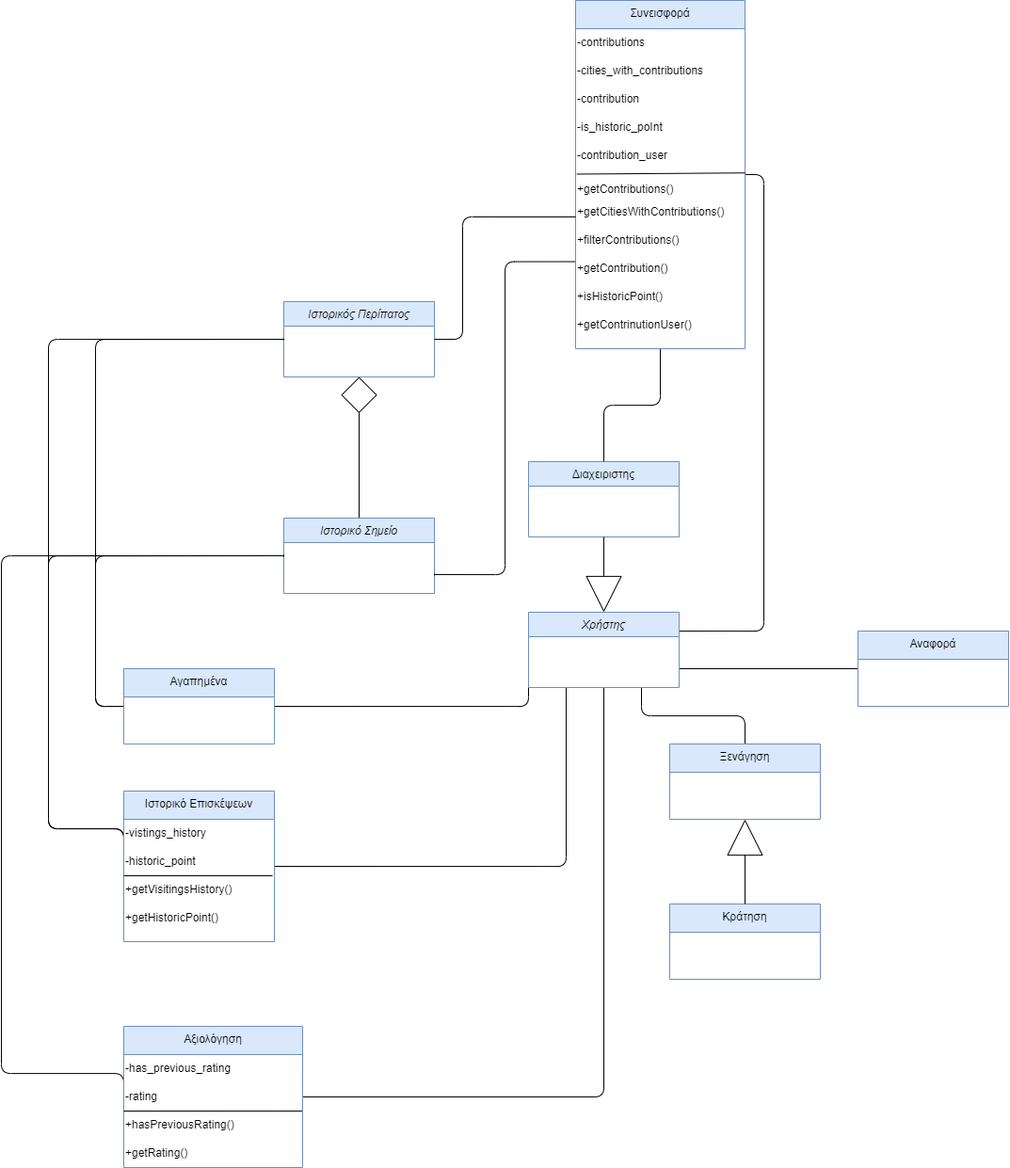
Before: NOTES/Domain Model.png, a diagram exported from draw.io (Nektar24/software-engineering). Source tidied: cells renumbered, new cells last; positions are measured from the earlier drawing's top-left corner, leaving out a move shared by most shapes.
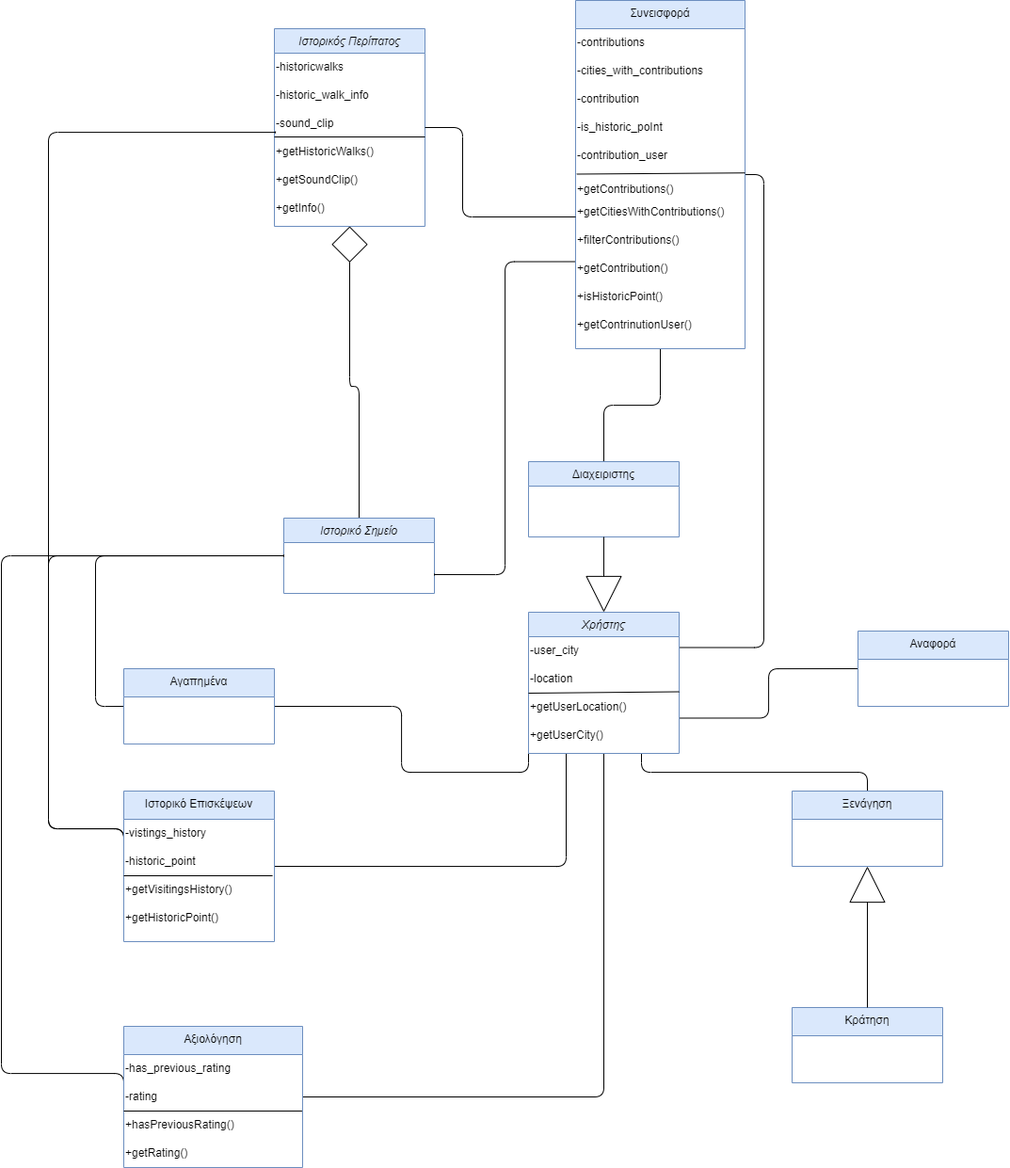
After the commit.

Commit message:
domain model update

The edit, as a diff of the source:
```diff
@@ -21,8 +21,25 @@
       <mxGeometry relative="1" as="geometry" />
     </mxCell>
     <mxCell id="8" value="Χρήστης" style="swimlane;fontStyle=2;align=center;verticalAlign=top;horizontal=1;startSize=26;rounded=0;shadow=0;strokeWidth=1;fillColor=#dae8fc;strokeColor=#6c8ebf;" parent="1" vertex="1">
-      <mxGeometry x="560" y="650" width="160" height="80" as="geometry" />
+      <mxGeometry x="560" y="650" width="160" height="150" as="geometry" />
     </mxCell>
+    <mxCell id="52" value="-user_city" style="text;html=1;align=left;verticalAlign=middle;strokeColor=none;fillColor=none;" parent="8" vertex="1">
+      <mxGeometry y="26" width="160" height="30" as="geometry" />
+    </mxCell>
+    <mxCell id="53" value="-location" style="text;html=1;align=left;verticalAlign=middle;strokeColor=none;fillColor=none;" parent="8" vertex="1">
+      <mxGeometry y="56" width="160" height="30" as="geometry" />
+    </mxCell>
+    <mxCell id="54" style="endArrow=none;html=1;rounded=0;entryX=1;entryY=-0.05;entryDx=0;entryDy=0;entryPerimeter=0;" parent="8" edge="1" target="55">
+      <mxGeometry relative="1" as="geometry">
+        <mxPoint y="86" as="sourcePoint" />
+      </mxGeometry>
+    </mxCell>
+    <mxCell id="55" value="+getUserLocation()" style="text;html=1;align=left;verticalAlign=middle;points=[];strokeColor=none;fillColor=none;" parent="8" vertex="1">
+      <mxGeometry y="86" width="160" height="30" as="geometry" />
+    </mxCell>
+    <mxCell id="56" value="+getUserCity()" style="text;html=1;align=left;verticalAlign=middle;strokeColor=none;fillColor=none;" parent="8" vertex="1">
+      <mxGeometry y="116" width="160" height="30" as="geometry" />
+    </mxCell>
     <mxCell id="9" style="edgeStyle=orthogonalEdgeStyle;curved=0;rounded=1;jettySize=auto;html=1;exitX=0.5;exitY=0;exitDx=0;exitDy=0;entryX=0.5;entryY=1;entryDx=0;entryDy=0;strokeColor=default;align=center;verticalAlign=middle;fontFamily=Helvetica;fontSize=11;fontColor=default;labelBackgroundColor=default;elbow=vertical;endArrow=baseDash;endFill=0;endSize=0;" parent="1" edge="1" source="10" target="16">
       <mxGeometry relative="1" as="geometry" />
     </mxCell>
@@ -33,8 +50,31 @@
       <mxGeometry relative="1" as="geometry" />
     </mxCell>
     <mxCell id="12" value="Ιστορικός Περίπατος" style="swimlane;fontStyle=2;align=center;verticalAlign=top;horizontal=1;startSize=26;rounded=0;shadow=0;strokeWidth=1;fillColor=#dae8fc;strokeColor=#6c8ebf;" parent="1" vertex="1">
-      <mxGeometry x="300" y="320" width="160" height="80" as="geometry" />
+      <mxGeometry x="290" y="30" width="160" height="210" as="geometry" />
     </mxCell>
+    <mxCell id="57" value="-historicwalks" style="text;html=1;align=left;verticalAlign=middle;strokeColor=none;fillColor=none;" parent="12" vertex="1">
+      <mxGeometry y="26" width="160" height="30" as="geometry" />
+    </mxCell>
+    <mxCell id="58" value="-historic_walk_info" style="text;html=1;align=left;verticalAlign=middle;strokeColor=none;fillColor=none;" parent="12" vertex="1">
+      <mxGeometry y="56" width="160" height="30" as="geometry" />
+    </mxCell>
+    <mxCell id="59" value="-sound_clip" style="text;html=1;align=left;verticalAlign=middle;points=[];strokeColor=none;fillColor=none;" parent="12" vertex="1">
+      <mxGeometry y="86" width="160" height="30" as="geometry" />
+    </mxCell>
+    <mxCell id="60" style="endArrow=none;html=1;rounded=0;entryX=1;entryY=-0.033;entryDx=0;entryDy=0;entryPerimeter=0;" parent="12" edge="1" target="61">
+      <mxGeometry relative="1" as="geometry">
+        <mxPoint y="115" as="sourcePoint" />
+      </mxGeometry>
+    </mxCell>
+    <mxCell id="61" value="+getHistoricWalks()" style="text;html=1;align=left;verticalAlign=middle;points=[];strokeColor=none;fillColor=none;" parent="12" vertex="1">
+      <mxGeometry y="116" width="160" height="30" as="geometry" />
+    </mxCell>
+    <mxCell id="62" value="+getSoundClip()" style="text;html=1;align=left;verticalAlign=middle;strokeColor=none;fillColor=none;" parent="12" vertex="1">
+      <mxGeometry y="146" width="160" height="30" as="geometry" />
+    </mxCell>
+    <mxCell id="63" value="+getInfo()" style="text;html=1;align=left;verticalAlign=middle;strokeColor=none;fillColor=none;" parent="12" vertex="1">
+      <mxGeometry y="176" width="160" height="30" as="geometry" />
+    </mxCell>
     <mxCell id="13" style="edgeStyle=orthogonalEdgeStyle;rounded=1;jettySize=auto;html=1;exitX=0.5;exitY=0;exitDx=0;exitDy=0;entryX=0.5;entryY=1;entryDx=0;entryDy=0;endSize=36;endArrow=diamond;endFill=0;curved=0;" parent="1" edge="1" source="14" target="12">
       <mxGeometry relative="1" as="geometry" />
     </mxCell>
@@ -91,14 +131,6 @@
         </Array>
       </mxGeometry>
     </mxCell>
-    <mxCell id="30" style="edgeStyle=orthogonalEdgeStyle;rounded=1;jettySize=auto;html=1;exitX=0;exitY=0.5;exitDx=0;exitDy=0;entryX=0;entryY=0.5;entryDx=0;entryDy=0;fontSize=12;startSize=8;endSize=8;endArrow=none;endFill=0;" parent="1" edge="1" source="31" target="12">
-      <mxGeometry relative="1" as="geometry">
-        <Array as="points">
-          <mxPoint x="100" y="750" />
-          <mxPoint x="100" y="360" />
-        </Array>
-      </mxGeometry>
-    </mxCell>
     <mxCell id="31" value="Αγαπημένα" style="swimlane;fontStyle=0;align=center;verticalAlign=top;horizontal=1;startSize=30;rounded=0;shadow=0;strokeWidth=1;fillColor=#dae8fc;strokeColor=#6c8ebf;" parent="1" vertex="1">
       <mxGeometry x="130" y="710" width="160" height="80" as="geometry" />
     </mxCell>
@@ -110,11 +142,12 @@
         </Array>
       </mxGeometry>
     </mxCell>
-    <mxCell id="33" style="edgeStyle=orthogonalEdgeStyle;curved=0;rounded=1;jettySize=auto;html=1;exitX=0;exitY=0.5;exitDx=0;exitDy=0;strokeColor=default;align=center;verticalAlign=middle;fontFamily=Helvetica;fontSize=11;fontColor=default;labelBackgroundColor=default;elbow=vertical;endArrow=baseDash;endFill=0;endSize=0;entryX=0;entryY=0.5;entryDx=0;entryDy=0;" parent="1" edge="1" source="34" target="12">
+    <mxCell id="33" style="edgeStyle=orthogonalEdgeStyle;curved=0;rounded=1;jettySize=auto;html=1;exitX=0;exitY=0.5;exitDx=0;exitDy=0;strokeColor=default;align=center;verticalAlign=middle;fontFamily=Helvetica;fontSize=11;fontColor=default;labelBackgroundColor=default;elbow=vertical;endArrow=baseDash;endFill=0;endSize=0;entryX=0.006;entryY=0.833;entryDx=0;entryDy=0;entryPerimeter=0;" parent="1" edge="1" source="34" target="59">
       <mxGeometry relative="1" as="geometry">
         <Array as="points">
+          <mxPoint x="130" y="880" />
           <mxPoint x="50" y="880" />
-          <mxPoint x="50" y="360" />
+          <mxPoint x="50" y="140" />
         </Array>
       </mxGeometry>
     </mxCell>
@@ -139,10 +172,10 @@
       <mxGeometry y="120" width="160" height="30" as="geometry" />
     </mxCell>
     <mxCell id="40" value="Ξενάγηση" style="swimlane;fontStyle=0;align=center;verticalAlign=top;horizontal=1;startSize=30;rounded=0;shadow=0;strokeWidth=1;fillColor=#dae8fc;strokeColor=#6c8ebf;" parent="1" vertex="1">
-      <mxGeometry x="710" y="790" width="160" height="80" as="geometry" />
+      <mxGeometry x="840" y="840" width="160" height="80" as="geometry" />
     </mxCell>
     <mxCell id="41" value="Κράτηση" style="swimlane;fontStyle=0;align=center;verticalAlign=top;horizontal=1;startSize=30;rounded=0;shadow=0;strokeWidth=1;fillColor=#dae8fc;strokeColor=#6c8ebf;" parent="1" vertex="1">
-      <mxGeometry x="710" y="960" width="160" height="80" as="geometry" />
+      <mxGeometry x="840" y="1070" width="160" height="80" as="geometry" />
     </mxCell>
     <mxCell id="42" value="Αναφορά" style="swimlane;fontStyle=0;align=center;verticalAlign=top;horizontal=1;startSize=30;rounded=0;shadow=0;strokeWidth=1;fillColor=#dae8fc;strokeColor=#6c8ebf;" parent="1" vertex="1">
       <mxGeometry x="910" y="670" width="160" height="80" as="geometry" />
@@ -182,7 +215,7 @@
     <mxCell id="51" style="endArrow=none;html=1;rounded=1;entryX=0;entryY=0.667;entryDx=0;entryDy=0;entryPerimeter=0;exitX=1;exitY=0.5;exitDx=0;exitDy=0;curved=0;" parent="1" edge="1" source="12" target="24">
       <mxGeometry relative="1" as="geometry">
         <Array as="points">
-          <mxPoint x="490" y="360" />
+          <mxPoint x="490" y="135" />
           <mxPoint x="490" y="230" />
         </Array>
       </mxGeometry>
```
